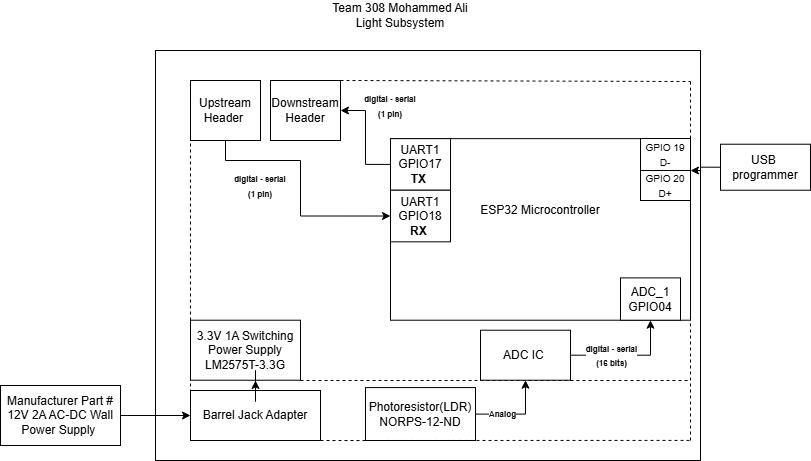
Above: 02-Block-Diagram/Mo314 Block diagram1.drawio.png in malqarn2/EGR314DataSheetTemplate (draw.io), before the change. Source tidied: cells renumbered, new cells last; positions are measured from the earlier drawing's top-left corner, leaving out a move shared by most shapes.
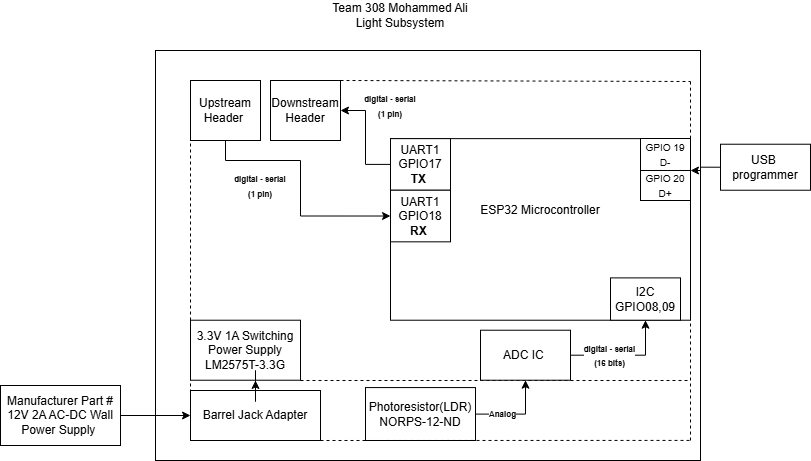
After the commit.

Commit message:
deploy: aee04576922d9ea620709dad8fa309b8c944c2de

Change to the diagram source:
```diff
@@ -11,8 +11,8 @@
     <mxCell id="4" value="&lt;div&gt;&lt;br&gt;&lt;/div&gt;&lt;div&gt;&lt;br&gt;&lt;/div&gt;&lt;div&gt;&lt;br&gt;&lt;/div&gt;&lt;div&gt;&lt;br&gt;&lt;/div&gt;&lt;div&gt;ESP32 Microcontroller&lt;/div&gt;" style="rounded=0;whiteSpace=wrap;html=1;verticalAlign=top;" parent="1" vertex="1">
       <mxGeometry x="390" y="138.1" width="300" height="181.6" as="geometry" />
     </mxCell>
-    <mxCell id="5" value="ADC_1&lt;br&gt;GPIO04" style="rounded=0;whiteSpace=wrap;html=1;" parent="1" vertex="1">
-      <mxGeometry x="620" y="277.4" width="60" height="42.3" as="geometry" />
+    <mxCell id="5" value="I2C&lt;br&gt;GPIO08,09" style="rounded=0;whiteSpace=wrap;html=1;" parent="1" vertex="1">
+      <mxGeometry x="610" y="277.4" width="70" height="42.3" as="geometry" />
     </mxCell>
     <mxCell id="6" style="edgeStyle=orthogonalEdgeStyle;rounded=0;jettySize=auto;html=1;entryX=1;entryY=0.5;entryDx=0;entryDy=0;" parent="1" edge="1" source="7" target="15">
       <mxGeometry relative="1" as="geometry" />
```
